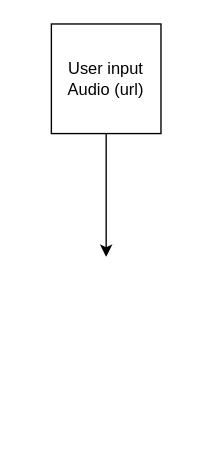
The draw.io diagram 未命名绘图.drawio in Skyler-bot-code/Realtime-Composition-Analyzer, before the edit. Source tidied: cells renumbered, new cells numbered last; positions are measured from the earlier drawing's top-left corner, leaving out a move shared by most shapes. Both pictures are drawn from the tidied source at 137%, with x=0, y=0 at pixel (51, 23).
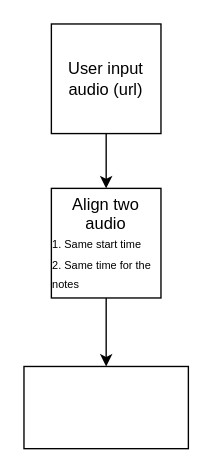
After the change.

Commit message:
更新未命名绘图.png

Diff of the diagram source:
```diff
@@
 <mxGraphModel>
   <root>
     <mxCell id="0" />
     <mxCell id="1" parent="0" />
-    <mxCell id="2" value="User input Audio (url)" style="whiteSpace=wrap;html=1;" parent="1" vertex="1">
+    <mxCell id="2" value="User input audio (url)" style="whiteSpace=wrap;html=1;" parent="1" vertex="1">
       <mxGeometry width="80" height="80" as="geometry" />
     </mxCell>
     <mxCell id="3" style="endArrow=classic;html=1;rounded=0;exitX=0.5;exitY=1;exitDx=0;exitDy=0;" parent="1" edge="1" source="2">
       <mxGeometry relative="1" as="geometry">
-        <mxPoint x="40" y="170" as="targetPoint" />
+        <mxPoint x="40" y="120" as="targetPoint" />
       </mxGeometry>
     </mxCell>
+    <mxCell id="4" value="&lt;font&gt;Align two audio&lt;/font&gt;&lt;div style=&quot;text-align: left;&quot;&gt;&lt;font&gt;&lt;font style=&quot;font-size: 8px;&quot;&gt;1. Same start time&lt;/font&gt;&lt;/font&gt;&lt;/div&gt;&lt;div style=&quot;text-align: left;&quot;&gt;&lt;font style=&quot;font-size: 8px;&quot;&gt;2. Same time for the notes&lt;/font&gt;&lt;/div&gt;" style="whiteSpace=wrap;html=1;" parent="1" vertex="1">
+      <mxGeometry y="120" width="80" height="80" as="geometry" />
+    </mxCell>
+    <mxCell id="5" style="endArrow=classic;html=1;rounded=0;exitX=0.5;exitY=1;exitDx=0;exitDy=0;" parent="1" edge="1" source="4">
+      <mxGeometry relative="1" as="geometry">
+        <mxPoint x="40" y="250" as="targetPoint" />
+      </mxGeometry>
+    </mxCell>
+    <mxCell id="6" style="rounded=0;whiteSpace=wrap;html=1;" parent="1" vertex="1">
+      <mxGeometry x="-20" y="250" width="120" height="60" as="geometry" />
+    </mxCell>
   </root>
 </mxGraphModel>
```
